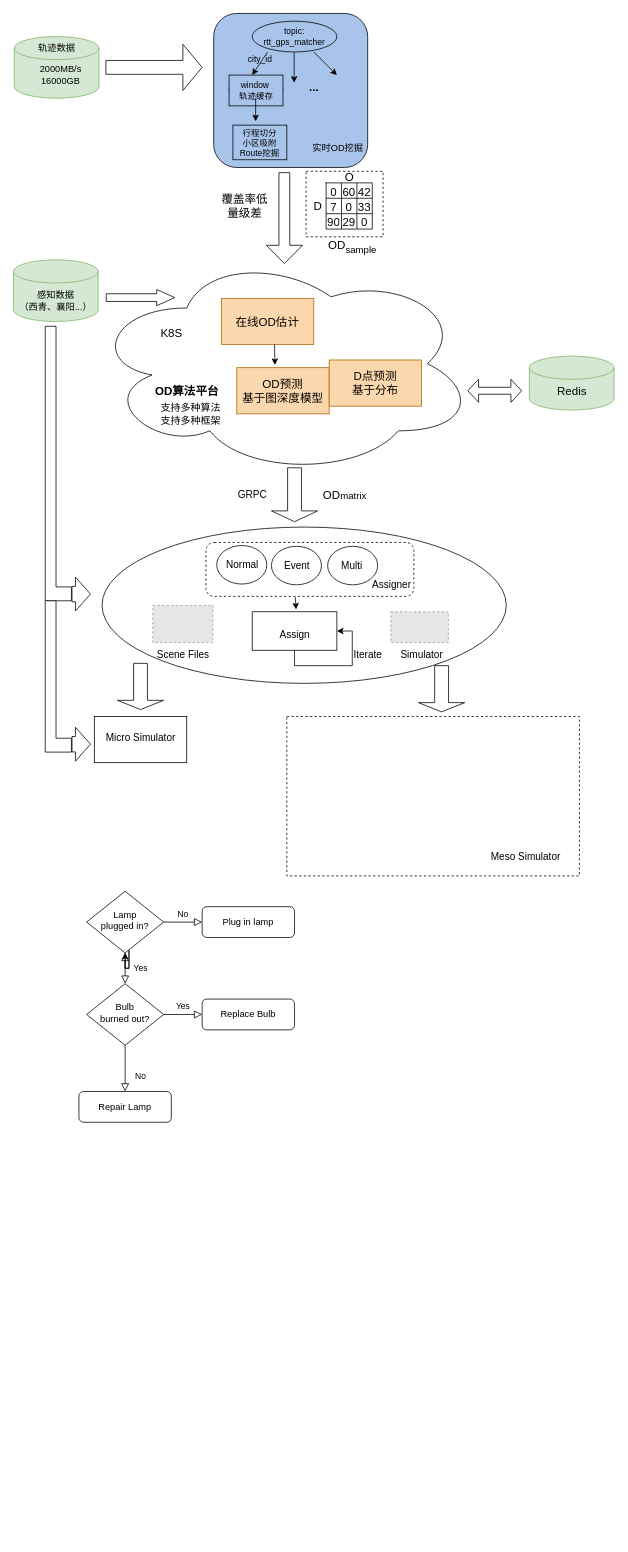
Earlier version of the draw.io diagram 未命名绘图.drawio (Launche/traffic-simulation). Source tidied: cells renumbered, new cells numbered last; positions are measured from the earlier drawing's top-left corner, leaving out a move shared by most shapes. Both pictures are drawn from the tidied source at 77%, with x=0, y=0 at pixel (-79, 13). Pictures stored in the file or linked from it are replaced by grey dashed boxes.
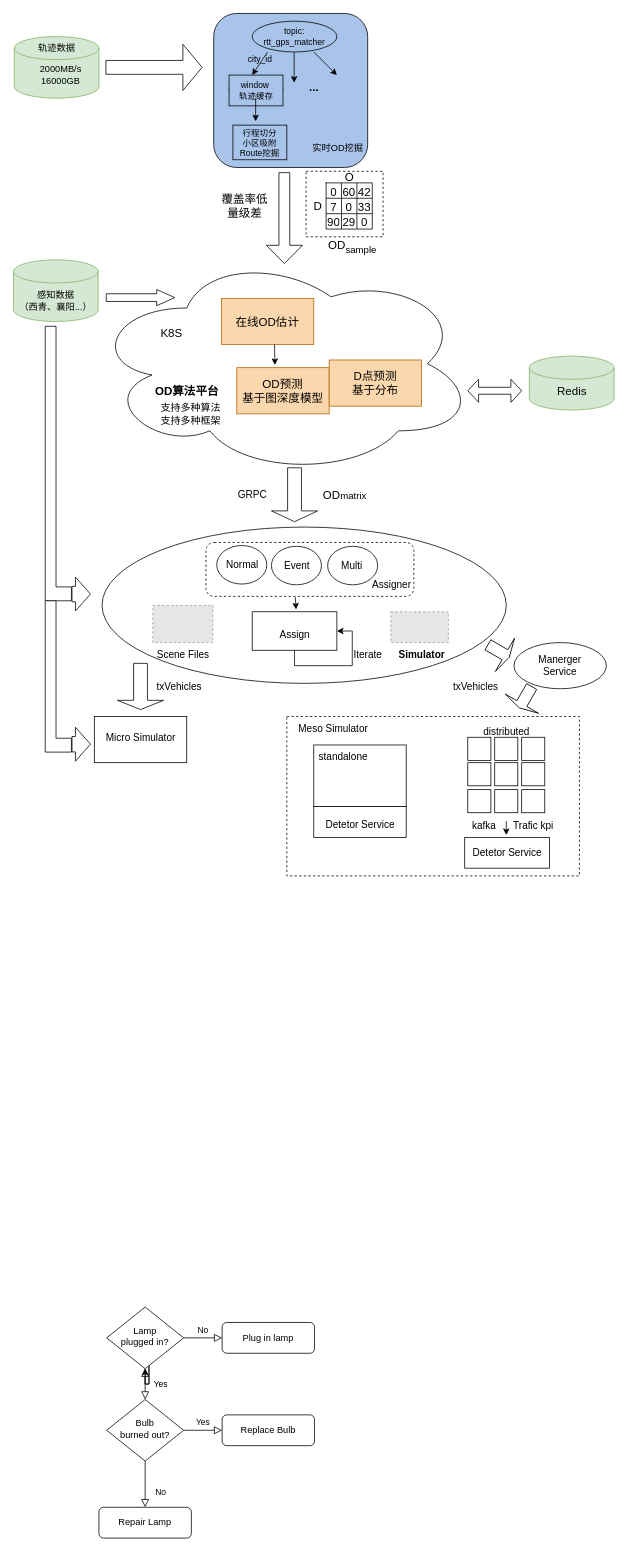
The same page after the edit.

Commit message (it also covers changes not shown here):
更新未命名绘图.drawio

The edit, as a diff of the source:
```diff
@@
     <mxCell id="5" style="rounded=0;html=1;jettySize=auto;fontSize=11;endArrow=block;endFill=0;endSize=8;strokeWidth=1;shadow=0;labelBackgroundColor=none;edgeStyle=orthogonalEdgeStyle;" parent="1" edge="1" target="9">
       <mxGeometry relative="1" as="geometry">
-        <mxPoint x="290" y="1190" as="sourcePoint" />
+        <mxPoint x="316" y="1730" as="sourcePoint" />
       </mxGeometry>
     </mxCell>
     <mxCell id="6" style="edgeStyle=orthogonalEdgeStyle;rounded=0;jettySize=auto;html=1;" parent="1" edge="1" target="9">
       <mxGeometry relative="1" as="geometry">
-        <mxPoint x="290" y="1190" as="sourcePoint" />
+        <mxPoint x="316" y="1730" as="sourcePoint" />
       </mxGeometry>
     </mxCell>
@@
     <mxCell id="9" value="Lamp&lt;br&gt;plugged in?" style="rhombus;whiteSpace=wrap;html=1;shadow=0;fontFamily=Helvetica;fontSize=12;align=center;strokeWidth=1;spacing=6;spacingTop=-4;" parent="1" vertex="1">
-      <mxGeometry x="215" y="1140" width="100" height="80" as="geometry" />
+      <mxGeometry x="241" y="1680" width="100" height="80" as="geometry" />
     </mxCell>
     <mxCell id="10" value="Plug in lamp" style="rounded=1;whiteSpace=wrap;html=1;fontSize=12;glass=0;strokeWidth=1;shadow=0;" parent="1" vertex="1">
-      <mxGeometry x="365" y="1160" width="120" height="40" as="geometry" />
+      <mxGeometry x="391" y="1700" width="120" height="40" as="geometry" />
     </mxCell>
@@
     <mxCell id="13" value="Bulb&lt;br&gt;burned out?" style="rhombus;whiteSpace=wrap;html=1;shadow=0;fontFamily=Helvetica;fontSize=12;align=center;strokeWidth=1;spacing=6;spacingTop=-4;" parent="1" vertex="1">
-      <mxGeometry x="215" y="1260" width="100" height="80" as="geometry" />
+      <mxGeometry x="241" y="1800" width="100" height="80" as="geometry" />
     </mxCell>
     <mxCell id="14" value="Repair Lamp" style="rounded=1;whiteSpace=wrap;html=1;fontSize=12;glass=0;strokeWidth=1;shadow=0;" parent="1" vertex="1">
-      <mxGeometry x="205" y="1400" width="120" height="40" as="geometry" />
+      <mxGeometry x="231" y="1940" width="120" height="40" as="geometry" />
     </mxCell>
     <mxCell id="15" value="Replace Bulb" style="rounded=1;whiteSpace=wrap;html=1;fontSize=12;glass=0;strokeWidth=1;shadow=0;" parent="1" vertex="1">
-      <mxGeometry x="365" y="1280" width="120" height="40" as="geometry" />
+      <mxGeometry x="391" y="1820" width="120" height="40" as="geometry" />
     </mxCell>
@@
-    <mxCell id="79" value="Simulator" style="text;html=1;align=center;verticalAlign=middle;strokeColor=none;fillColor=none;fontSize=13;" parent="1" vertex="1">
+    <mxCell id="79" value="&lt;b&gt;Simulator&lt;/b&gt;" style="text;html=1;align=center;verticalAlign=middle;strokeColor=none;fillColor=none;fontSize=13;" parent="1" vertex="1">
       <mxGeometry x="610" y="817" width="80" height="30" as="geometry" />
     </mxCell>
@@
-    <mxCell id="89" style="shape=singleArrow;direction=south;whiteSpace=wrap;html=1;fontSize=13;strokeColor=default;fillColor=#FFFFFF;" parent="1" vertex="1">
-      <mxGeometry x="646" y="847" width="60" height="60" as="geometry" />
-    </mxCell>
@@
     <mxCell id="91" value="Meso Simulator" style="text;html=1;align=center;verticalAlign=middle;strokeColor=none;fillColor=none;fontSize=13;" parent="1" vertex="1">
-      <mxGeometry x="730" y="1080" width="110" height="30" as="geometry" />
+      <mxGeometry x="480" y="913" width="110" height="30" as="geometry" />
     </mxCell>
+    <mxCell id="92" style="rounded=0;whiteSpace=wrap;html=1;fontSize=13;strokeColor=default;fillColor=#FFFFFF;" parent="1" vertex="1">
+      <mxGeometry x="510" y="950" width="120" height="80" as="geometry" />
+    </mxCell>
+    <mxCell id="93" style="rounded=0;whiteSpace=wrap;html=1;fontSize=13;strokeColor=default;fillColor=#FFFFFF;" parent="1" vertex="1">
+      <mxGeometry x="510" y="1030" width="120" height="40" as="geometry" />
+    </mxCell>
+    <mxCell id="94" value="standalone" style="text;html=1;align=center;verticalAlign=middle;strokeColor=none;fillColor=none;fontSize=13;" parent="1" vertex="1">
+      <mxGeometry x="503" y="950" width="90" height="30" as="geometry" />
+    </mxCell>
+    <mxCell id="95" style="rounded=0;whiteSpace=wrap;html=1;fontSize=13;strokeColor=default;fillColor=#FFFFFF;" parent="1" vertex="1">
+      <mxGeometry x="710" y="940" width="30" height="30" as="geometry" />
+    </mxCell>
+    <mxCell id="96" style="rounded=0;whiteSpace=wrap;html=1;fontSize=13;strokeColor=default;fillColor=#FFFFFF;" parent="1" vertex="1">
+      <mxGeometry x="745" y="940" width="30" height="30" as="geometry" />
+    </mxCell>
+    <mxCell id="97" style="rounded=0;whiteSpace=wrap;html=1;fontSize=13;strokeColor=default;fillColor=#FFFFFF;" parent="1" vertex="1">
+      <mxGeometry x="710" y="973" width="30" height="30" as="geometry" />
+    </mxCell>
+    <mxCell id="98" style="rounded=0;whiteSpace=wrap;html=1;fontSize=13;strokeColor=default;fillColor=#FFFFFF;" parent="1" vertex="1">
+      <mxGeometry x="745" y="973" width="30" height="30" as="geometry" />
+    </mxCell>
+    <mxCell id="99" style="rounded=0;whiteSpace=wrap;html=1;fontSize=13;strokeColor=default;fillColor=#FFFFFF;" parent="1" vertex="1">
+      <mxGeometry x="780" y="940" width="30" height="30" as="geometry" />
+    </mxCell>
+    <mxCell id="100" style="rounded=0;whiteSpace=wrap;html=1;fontSize=13;strokeColor=default;fillColor=#FFFFFF;" parent="1" vertex="1">
+      <mxGeometry x="780" y="973" width="30" height="30" as="geometry" />
+    </mxCell>
+    <mxCell id="101" style="rounded=0;whiteSpace=wrap;html=1;fontSize=13;strokeColor=default;fillColor=#FFFFFF;" parent="1" vertex="1">
+      <mxGeometry x="780" y="1008" width="30" height="30" as="geometry" />
+    </mxCell>
+    <mxCell id="102" style="rounded=0;whiteSpace=wrap;html=1;fontSize=13;strokeColor=default;fillColor=#FFFFFF;" parent="1" vertex="1">
+      <mxGeometry x="745" y="1008" width="30" height="30" as="geometry" />
+    </mxCell>
+    <mxCell id="103" style="rounded=0;whiteSpace=wrap;html=1;fontSize=13;strokeColor=default;fillColor=#FFFFFF;" parent="1" vertex="1">
+      <mxGeometry x="710" y="1008" width="30" height="30" as="geometry" />
+    </mxCell>
+    <mxCell id="104" style="endArrow=classic;html=1;rounded=0;fontSize=13;" parent="1" edge="1">
+      <mxGeometry relative="1" as="geometry">
+        <mxPoint x="760" y="1049" as="sourcePoint" />
+        <mxPoint x="760" y="1067" as="targetPoint" />
+      </mxGeometry>
+    </mxCell>
+    <mxCell id="105" value="kafka" style="text;html=1;align=center;verticalAlign=middle;strokeColor=none;fillColor=none;fontSize=13;" parent="1" vertex="1">
+      <mxGeometry x="706" y="1040" width="50" height="30" as="geometry" />
+    </mxCell>
+    <mxCell id="106" value="Trafic kpi" style="text;html=1;align=center;verticalAlign=middle;strokeColor=none;fillColor=none;fontSize=13;" parent="1" vertex="1">
+      <mxGeometry x="755" y="1040" width="80" height="30" as="geometry" />
+    </mxCell>
+    <mxCell id="107" value="Detetor Service" style="text;html=1;align=center;verticalAlign=middle;strokeColor=none;fillColor=none;fontSize=13;" parent="1" vertex="1">
+      <mxGeometry x="515" y="1038" width="110" height="30" as="geometry" />
+    </mxCell>
+    <mxCell id="108" style="rounded=0;whiteSpace=wrap;html=1;fontSize=13;strokeColor=default;fillColor=#FFFFFF;" parent="1" vertex="1">
+      <mxGeometry x="706" y="1070" width="110" height="40" as="geometry" />
+    </mxCell>
+    <mxCell id="109" value="Detetor Service" style="text;html=1;align=center;verticalAlign=middle;strokeColor=none;fillColor=none;fontSize=13;" parent="1" vertex="1">
+      <mxGeometry x="706" y="1075" width="110" height="30" as="geometry" />
+    </mxCell>
+    <mxCell id="110" value="distributed" style="text;html=1;align=center;verticalAlign=middle;strokeColor=none;fillColor=none;fontSize=13;" parent="1" vertex="1">
+      <mxGeometry x="720" y="917" width="80" height="30" as="geometry" />
+    </mxCell>
+    <mxCell id="111" value="txVehicles" style="text;html=1;align=center;verticalAlign=middle;strokeColor=none;fillColor=none;fontSize=13;" parent="1" vertex="1">
+      <mxGeometry x="680" y="859" width="80" height="30" as="geometry" />
+    </mxCell>
+    <mxCell id="112" value="txVehicles" style="text;html=1;align=center;verticalAlign=middle;strokeColor=none;fillColor=none;fontSize=13;" parent="1" vertex="1">
+      <mxGeometry x="295" y="859" width="80" height="30" as="geometry" />
+    </mxCell>
+    <mxCell id="113" value="Manerger&lt;br&gt;Service" style="ellipse;whiteSpace=wrap;html=1;fontSize=13;strokeColor=default;fillColor=#FFFFFF;" parent="1" vertex="1">
+      <mxGeometry x="770" y="817" width="120" height="60" as="geometry" />
+    </mxCell>
+    <mxCell id="114" style="shape=singleArrow;direction=north;whiteSpace=wrap;html=1;fontSize=13;strokeColor=default;fillColor=#FFFFFF;rotation=120;" parent="1" vertex="1">
+      <mxGeometry x="725" y="812" width="50" height="32" as="geometry" />
+    </mxCell>
+    <mxCell id="115" style="shape=singleArrow;direction=north;whiteSpace=wrap;html=1;fontSize=13;strokeColor=default;fillColor=#FFFFFF;rotation=-150;" parent="1" vertex="1">
+      <mxGeometry x="760" y="872" width="50" height="32" as="geometry" />
+    </mxCell>
```
